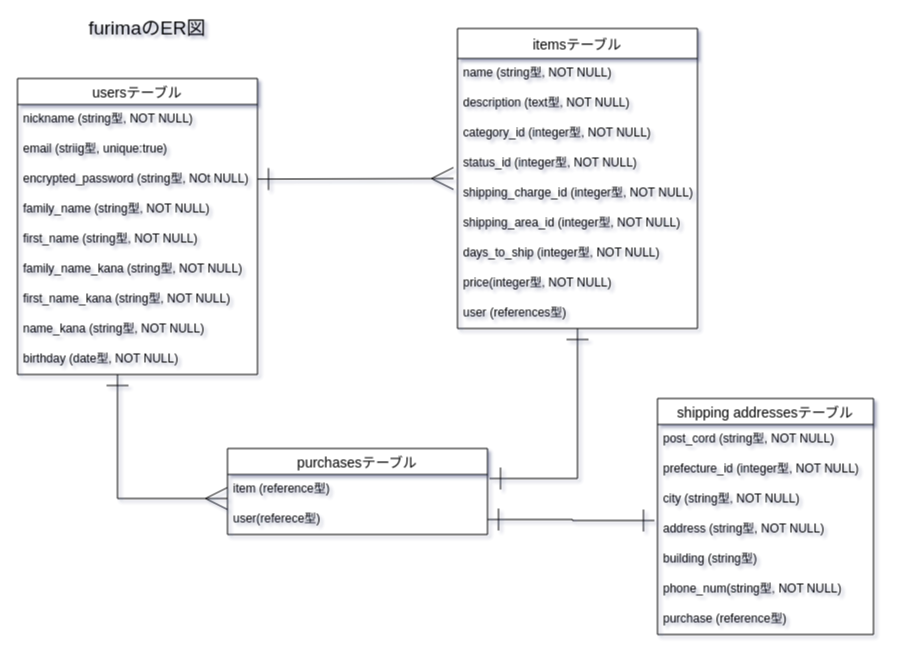
Earlier version of the draw.io diagram ER_figure.dio (takahirohirayama/furima-34430). Source tidied: cells renumbered, new cells numbered last; positions are measured from the earlier drawing's top-left corner, leaving out a move shared by most shapes. Both pictures are drawn from the tidied source at 100%, with x=0, y=0 at pixel (17, 18).
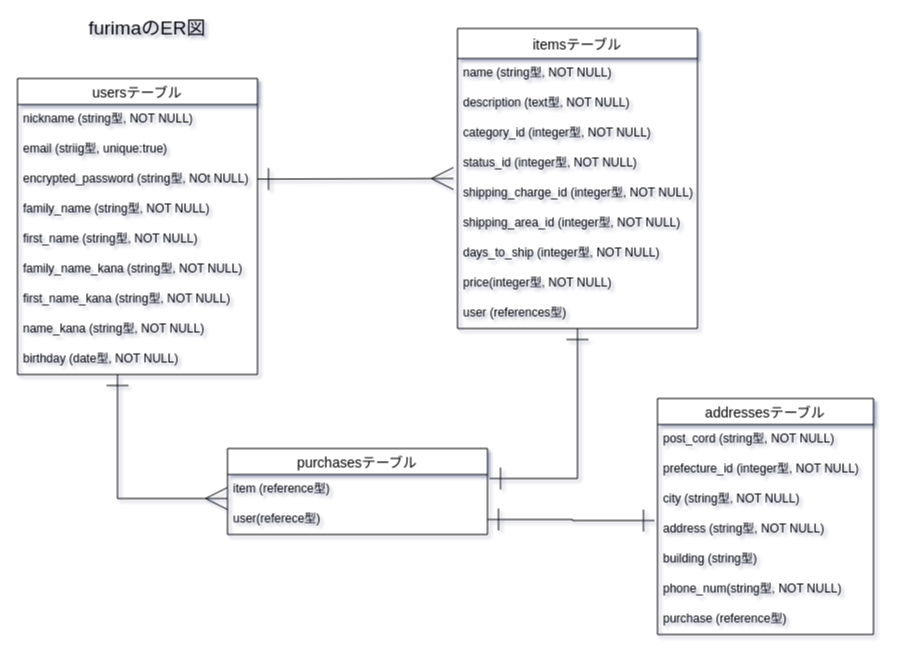
The same page after the edit.

What changed in the source:
```diff
@@
-    <mxCell id="29" value="shipping addressesテーブル" style="swimlane;fontStyle=0;horizontal=1;startSize=26;align=center;fontSize=14;" parent="1" vertex="1">
+    <mxCell id="29" value="addressesテーブル" style="swimlane;fontStyle=0;horizontal=1;startSize=26;align=center;fontSize=14;" parent="1" vertex="1">
       <mxGeometry x="640" y="380" width="216" height="236" as="geometry" />
     </mxCell>
```
